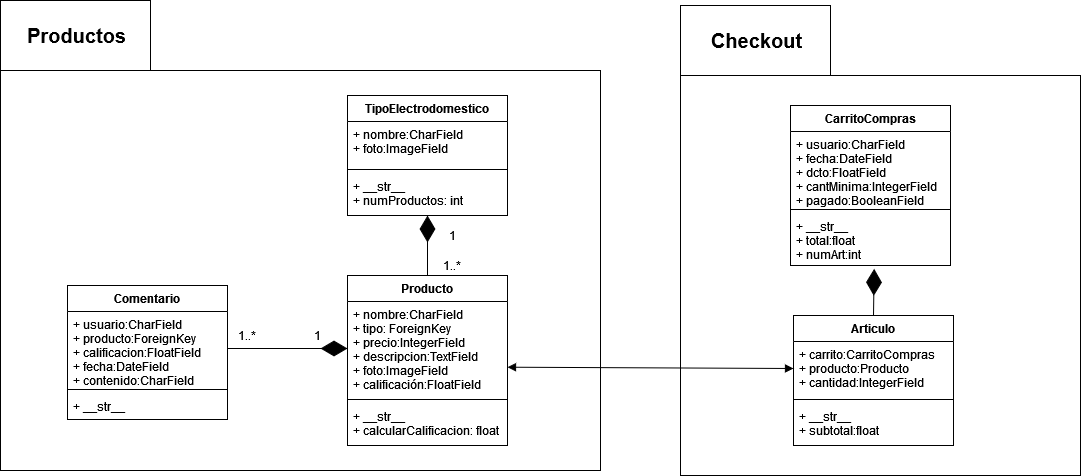
Earlier version of the draw.io export Talleres/Django/Taller 2/Images/UML_CRUD.png (jdarguello/Desarrollo_software). Source tidied: cells renumbered, new cells last; positions are measured from the earlier drawing's top-left corner, leaving out a move shared by most shapes.
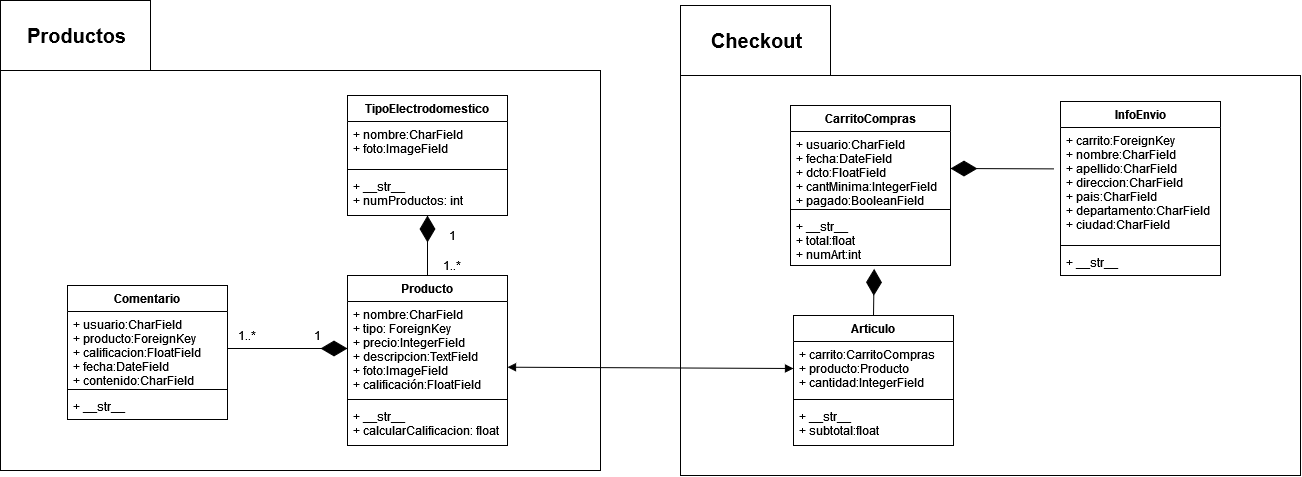
The same file after the commit.

Change to the diagram source:
```diff
@@ -63,7 +63,7 @@
       <mxGeometry x="40" y="25" width="73" height="20" as="geometry" />
     </mxCell>
     <mxCell id="22" style="shape=folder;fontStyle=1;spacingTop=10;tabWidth=150;tabHeight=70;tabPosition=left;html=1;" parent="1" vertex="1">
-      <mxGeometry x="680" y="5" width="400" height="470" as="geometry" />
+      <mxGeometry x="680" y="5" width="620" height="470" as="geometry" />
     </mxCell>
     <mxCell id="23" value="Checkout" style="text;html=1;strokeColor=none;fillColor=none;align=center;verticalAlign=middle;whiteSpace=wrap;rounded=0;fontSize=20;fontStyle=1;" parent="1" vertex="1">
       <mxGeometry x="720" y="30" width="73" height="20" as="geometry" />
@@ -98,5 +98,20 @@
     <mxCell id="33" style="endArrow=block;startArrow=block;endFill=1;startFill=1;html=1;fontSize=12;entryX=0;entryY=0.5;entryDx=0;entryDy=0;exitX=1;exitY=0.699;exitDx=0;exitDy=0;exitPerimeter=0;" parent="1" edge="1" source="8" target="29">
       <mxGeometry relative="1" as="geometry" />
     </mxCell>
+    <mxCell id="34" value="InfoEnvio" style="swimlane;fontStyle=1;align=center;verticalAlign=top;horizontal=1;startSize=26;" parent="1" vertex="1">
+      <mxGeometry x="1060" y="101" width="160" height="174" as="geometry" />
+    </mxCell>
+    <mxCell id="35" value="+ carrito:ForeignKey&#10;+ nombre:CharField&#10;+ apellido:CharField&#10;+ direccion:CharField&#10;+ pais:CharField&#10;+ departamento:CharField&#10;+ ciudad:CharField&#10;" style="text;strokeColor=none;fillColor=none;align=left;verticalAlign=top;spacingLeft=4;spacingRight=4;overflow=hidden;points=[[0,0.5],[1,0.5]];portConstraint=eastwest;" parent="34" vertex="1">
+      <mxGeometry y="26" width="160" height="114" as="geometry" />
+    </mxCell>
+    <mxCell id="36" style="line;strokeWidth=1;fillColor=none;align=left;verticalAlign=middle;spacingTop=-1;spacingLeft=3;spacingRight=3;labelPosition=right;" parent="34" vertex="1">
+      <mxGeometry y="140" width="160" height="8" as="geometry" />
+    </mxCell>
+    <mxCell id="37" value="+ __str__" style="text;strokeColor=none;fillColor=none;align=left;verticalAlign=top;spacingLeft=4;spacingRight=4;overflow=hidden;" parent="34" vertex="1">
+      <mxGeometry y="148" width="160" height="26" as="geometry" />
+    </mxCell>
+    <mxCell id="38" style="endArrow=diamondThin;endFill=1;endSize=24;html=1;entryX=1;entryY=0.5;entryDx=0;entryDy=0;exitX=-0.04;exitY=0.363;exitDx=0;exitDy=0;exitPerimeter=0;" parent="1" edge="1" source="35" target="25">
+      <mxGeometry relative="1" as="geometry" />
+    </mxCell>
   </root>
 </mxGraphModel>
```
